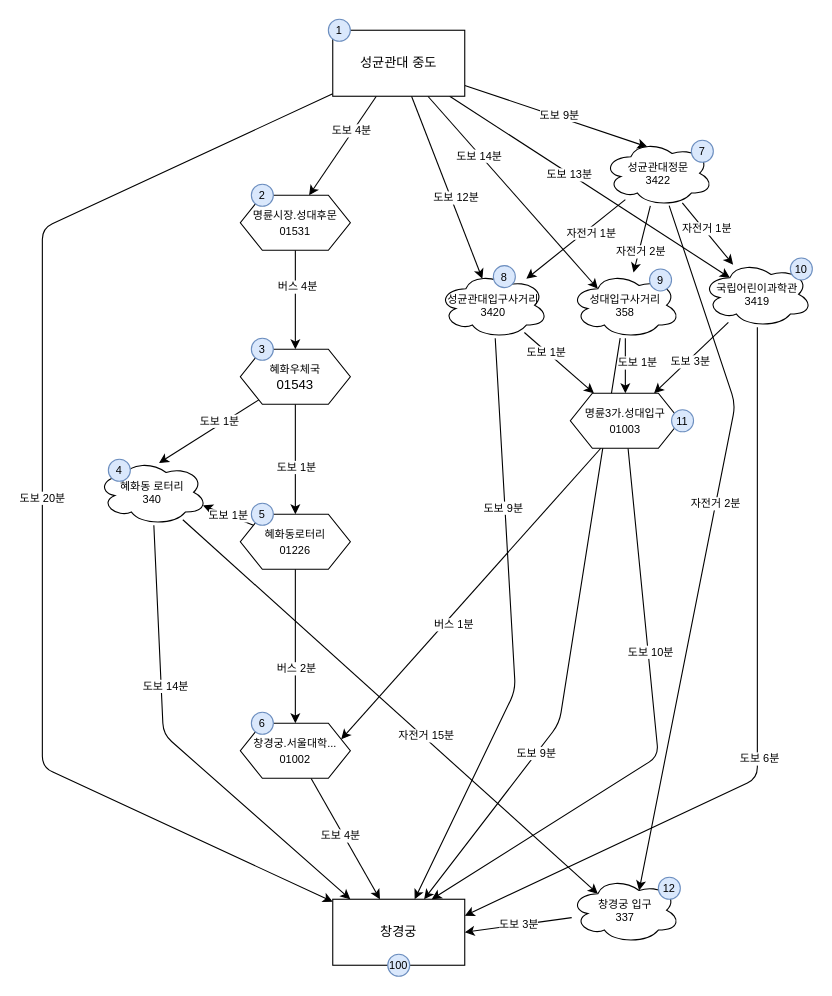
dannaward/seoulbike-navigation keeps this draw.io diagram as skku-to-changgyeonggung.drawio. Above is the earlier version. Source tidied: cells renumbered, new cells numbered last; positions are measured from the earlier drawing's top-left corner, leaving out a move shared by most shapes. Both pictures are drawn from the tidied source at 110%, with x=0, y=0 at pixel (42, 19).
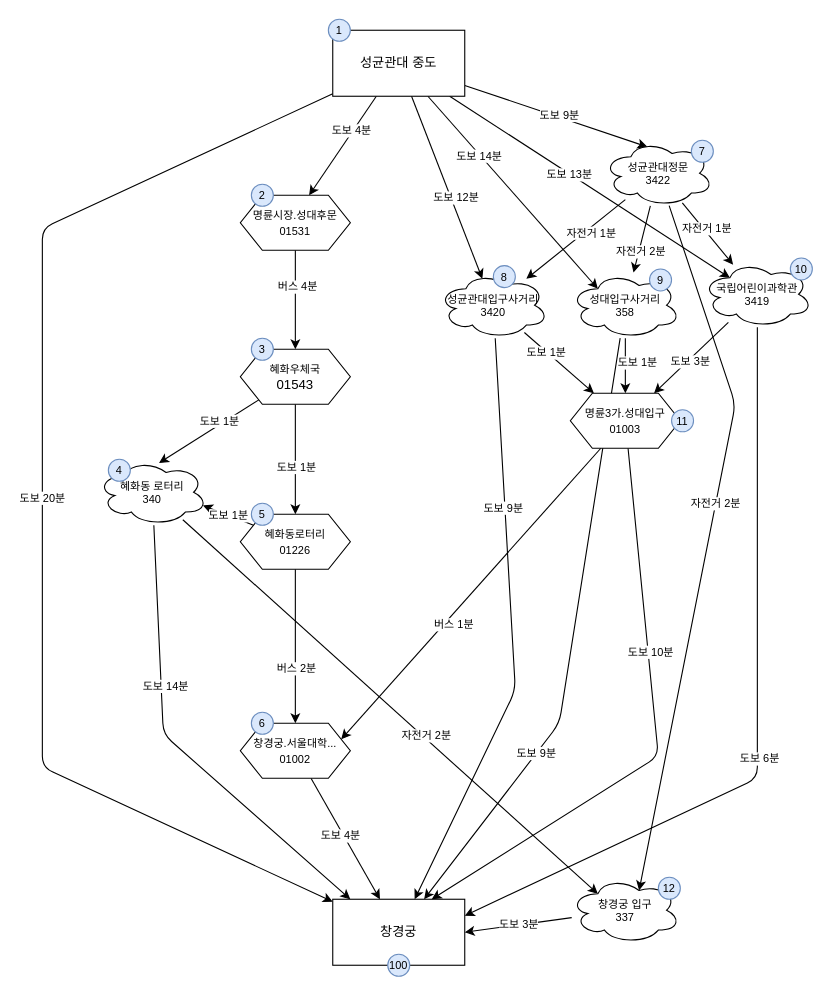
The same diagram, later.

Commit message:
로터리 대여소 -> 창경궁 대여소 소요시간 변경

The change refers to these unchanged cells:
```xml
<mxCell id="59" style="edgeStyle=none;jettySize=auto;html=1;entryX=0.25;entryY=0.25;entryDx=0;entryDy=0;entryPerimeter=0;fontSize=10;" parent="1" edge="1" source="63" target="65">
  <mxGeometry relative="1" as="geometry" />
</mxCell>
```

The edit, as a diff of the source:
```diff
@@
-    <mxCell id="60" value="자전거 15분" style="edgeLabel;html=1;align=center;verticalAlign=middle;fontSize=10;" parent="59" vertex="1">
+    <mxCell id="60" value="자전거 2분" style="edgeLabel;html=1;align=center;verticalAlign=middle;fontSize=10;" parent="59" vertex="1">
       <mxGeometry x="0.16" y="3" relative="1" as="geometry" />
     </mxCell>
```
